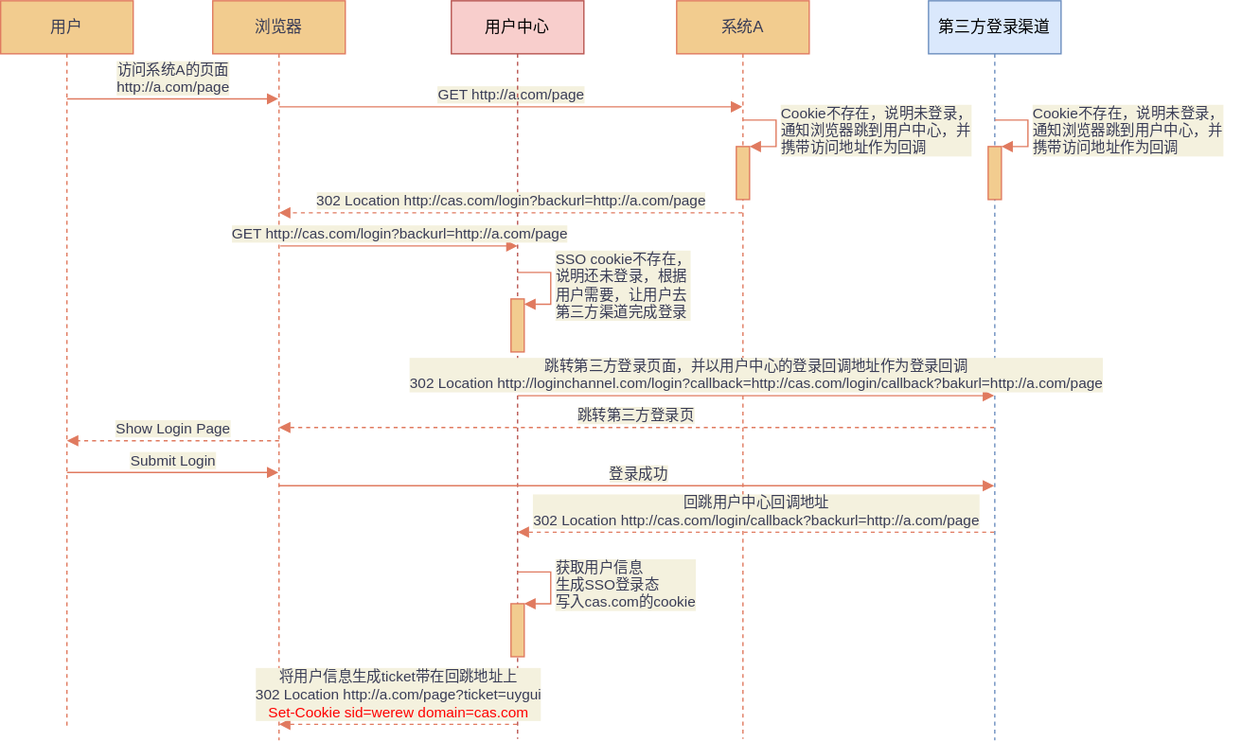
This is CAS用户登录流程.svg from liliang1213/diagram, a draw.io export, as it was before one commit. Source tidied: cells renumbered, new cells last; positions are measured from the earlier drawing's top-left corner, leaving out a move shared by most shapes.
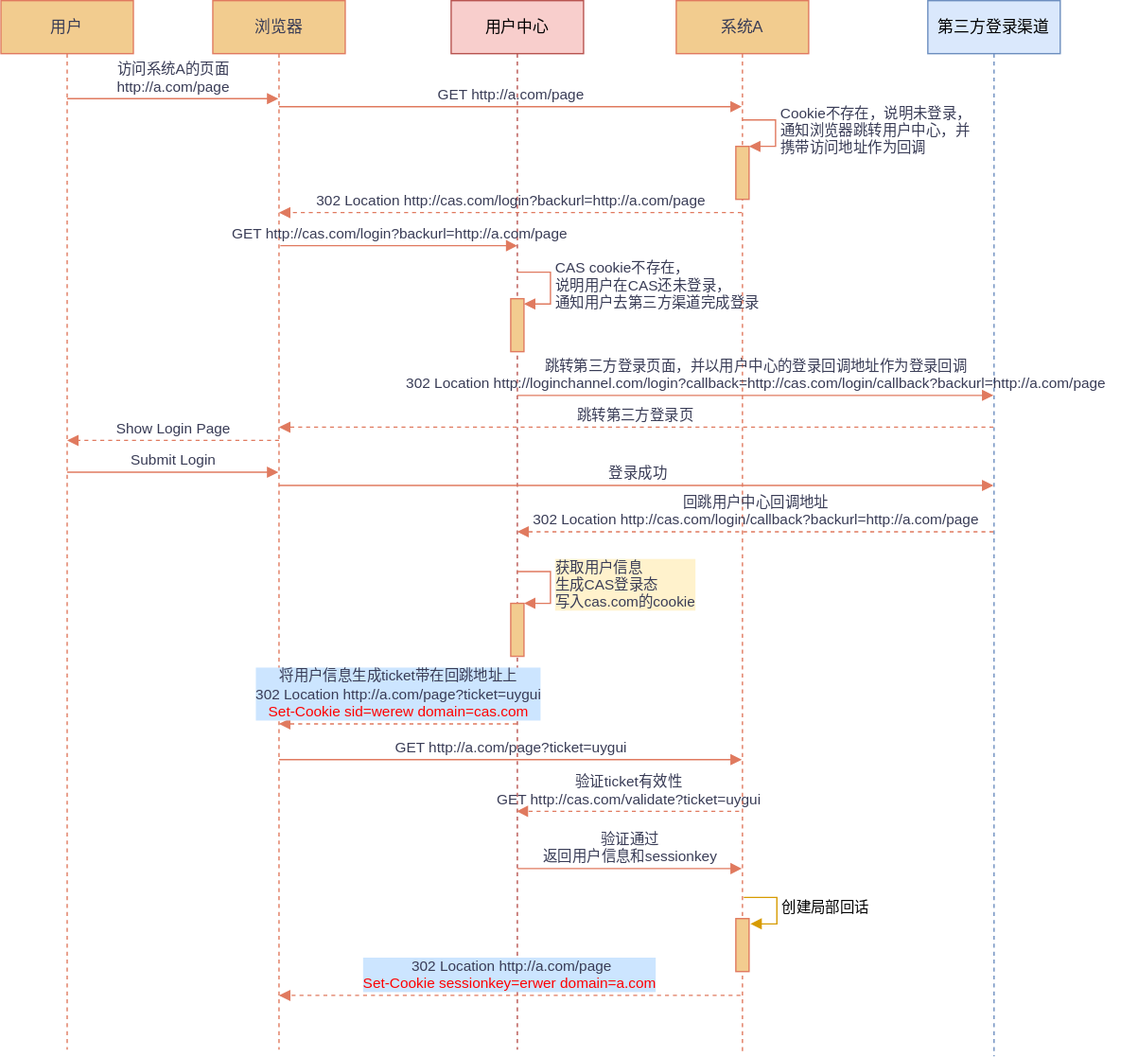
After the commit.

Commit message:
Update CAS用户登录流程.svg

The edit, as a diff of the source:
```diff
@@ -2,30 +2,30 @@
   <root>
     <mxCell id="0" />
     <mxCell id="1" parent="0" />
-    <mxCell id="2" value="用户" style="shape=umlLifeline;perimeter=lifelinePerimeter;whiteSpace=wrap;html=1;fillColor=#F2CC8F;strokeColor=#E07A5F;fontColor=#393C56;" parent="1" vertex="1">
-      <mxGeometry width="100" height="550" as="geometry" />
+    <mxCell id="2" value="用户" style="shape=umlLifeline;perimeter=lifelinePerimeter;whiteSpace=wrap;html=1;fillColor=#F2CC8F;strokeColor=#E07A5F;fontColor=#393C56;labelBackgroundColor=none;" parent="1" vertex="1">
+      <mxGeometry width="100" height="792" as="geometry" />
     </mxCell>
-    <mxCell id="3" value="访问系统A的页面&lt;br&gt;http://a.com/page" style="html=1;verticalAlign=bottom;endArrow=block;strokeColor=#E07A5F;fontColor=#393C56;labelBackgroundColor=#F4F1DE;" parent="2" edge="1">
+    <mxCell id="3" value="访问系统A的页面&lt;br&gt;http://a.com/page" style="html=1;verticalAlign=bottom;endArrow=block;strokeColor=#E07A5F;fontColor=#393C56;labelBackgroundColor=none;" parent="2" edge="1">
       <mxGeometry relative="1" as="geometry">
         <mxPoint x="50" y="74" as="sourcePoint" />
         <mxPoint x="209.5" y="74" as="targetPoint" />
       </mxGeometry>
     </mxCell>
-    <mxCell id="4" value="浏览器" style="shape=umlLifeline;perimeter=lifelinePerimeter;whiteSpace=wrap;html=1;fillColor=#F2CC8F;strokeColor=#E07A5F;fontColor=#393C56;" parent="1" vertex="1">
-      <mxGeometry x="160" width="100" height="558" as="geometry" />
+    <mxCell id="4" value="浏览器" style="shape=umlLifeline;perimeter=lifelinePerimeter;whiteSpace=wrap;html=1;fillColor=#F2CC8F;strokeColor=#E07A5F;fontColor=#393C56;labelBackgroundColor=none;" parent="1" vertex="1">
+      <mxGeometry x="160" width="100" height="792" as="geometry" />
     </mxCell>
-    <mxCell id="5" value="GET http://a.com/page" style="html=1;verticalAlign=bottom;endArrow=block;strokeColor=#E07A5F;fontColor=#393C56;labelBackgroundColor=#F4F1DE;" parent="4" edge="1" target="9">
+    <mxCell id="5" value="GET http://a.com/page" style="html=1;verticalAlign=bottom;endArrow=block;strokeColor=#E07A5F;fontColor=#393C56;labelBackgroundColor=none;" parent="4" edge="1" target="9">
       <mxGeometry relative="1" as="geometry">
         <mxPoint x="50" y="80" as="sourcePoint" />
       </mxGeometry>
     </mxCell>
-    <mxCell id="6" value="用户中心" style="shape=umlLifeline;perimeter=lifelinePerimeter;whiteSpace=wrap;html=1;outlineConnect=0;fillColor=#f8cecc;strokeColor=#b85450;" parent="1" vertex="1">
-      <mxGeometry x="340" width="100" height="557" as="geometry" />
+    <mxCell id="6" value="用户中心" style="shape=umlLifeline;perimeter=lifelinePerimeter;whiteSpace=wrap;html=1;outlineConnect=0;fillColor=#f8cecc;strokeColor=#b85450;labelBackgroundColor=none;" parent="1" vertex="1">
+      <mxGeometry x="340" width="100" height="792" as="geometry" />
     </mxCell>
-    <mxCell id="7" style="html=1;perimeter=orthogonalPerimeter;fillColor=#F2CC8F;strokeColor=#E07A5F;fontColor=#393C56;" parent="6" vertex="1">
+    <mxCell id="7" style="html=1;perimeter=orthogonalPerimeter;fillColor=#F2CC8F;strokeColor=#E07A5F;fontColor=#393C56;labelBackgroundColor=none;" parent="6" vertex="1">
       <mxGeometry x="45" y="225" width="10" height="40" as="geometry" />
     </mxCell>
-    <mxCell id="8" value="SSO cookie不存在，&lt;br&gt;说明还未登录，根据&lt;br&gt;用户需要，让用户去&lt;br&gt;第三方渠道完成登录" style="edgeStyle=orthogonalEdgeStyle;html=1;align=left;spacingLeft=2;endArrow=block;rounded=0;entryX=1;entryY=0;strokeColor=#E07A5F;fontColor=#393C56;labelBackgroundColor=#F4F1DE;" parent="6" edge="1">
+    <mxCell id="8" value="CAS cookie不存在，&lt;br&gt;说明用户在CAS还未登录，&lt;br&gt;通知用户去第三方渠道完成登录" style="edgeStyle=orthogonalEdgeStyle;html=1;align=left;spacingLeft=2;endArrow=block;rounded=0;entryX=1;entryY=0;strokeColor=#E07A5F;fontColor=#393C56;labelBackgroundColor=none;" parent="6" edge="1">
       <mxGeometry relative="1" as="geometry">
         <mxPoint x="50" y="205" as="sourcePoint" />
         <mxPoint x="55" y="229" as="targetPoint" />
@@ -34,13 +34,18 @@
         </Array>
       </mxGeometry>
     </mxCell>
+    <mxCell id="26" value="验证ticket有效性&lt;br&gt;GET http://cas.com/validate?ticket=uygui" style="html=1;verticalAlign=bottom;endArrow=block;strokeColor=#E07A5F;fontColor=#393C56;dashed=1;labelBackgroundColor=none;" parent="6" edge="1" target="6">
+      <mxGeometry relative="1" as="geometry">
+        <mxPoint x="217.5" y="612" as="sourcePoint" />
+      </mxGeometry>
+    </mxCell>
-    <mxCell id="9" value="系统A" style="shape=umlLifeline;perimeter=lifelinePerimeter;whiteSpace=wrap;html=1;outlineConnect=0;fillColor=#F2CC8F;strokeColor=#E07A5F;fontColor=#393C56;" parent="1" vertex="1">
-      <mxGeometry x="510" width="100" height="557" as="geometry" />
+    <mxCell id="9" value="系统A" style="shape=umlLifeline;perimeter=lifelinePerimeter;whiteSpace=wrap;html=1;outlineConnect=0;fillColor=#F2CC8F;strokeColor=#E07A5F;fontColor=#393C56;labelBackgroundColor=none;" parent="1" vertex="1">
+      <mxGeometry x="510" width="100" height="793" as="geometry" />
     </mxCell>
-    <mxCell id="10" style="html=1;points=[];perimeter=orthogonalPerimeter;fillColor=#F2CC8F;strokeColor=#E07A5F;fontColor=#393C56;" parent="9" vertex="1">
+    <mxCell id="10" style="html=1;points=[];perimeter=orthogonalPerimeter;fillColor=#F2CC8F;strokeColor=#E07A5F;fontColor=#393C56;labelBackgroundColor=none;" parent="9" vertex="1">
       <mxGeometry x="45" y="110" width="10" height="40" as="geometry" />
     </mxCell>
-    <mxCell id="11" value="Cookie不存在，说明未登录，&lt;br&gt;通知浏览器跳到用户中心，并&lt;br&gt;携带访问地址作为回调" style="edgeStyle=orthogonalEdgeStyle;html=1;align=left;spacingLeft=2;endArrow=block;rounded=0;entryX=1;entryY=0;strokeColor=#E07A5F;fontColor=#393C56;labelBackgroundColor=#F4F1DE;" parent="9" edge="1" target="10">
+    <mxCell id="11" value="Cookie不存在，说明未登录，&lt;br&gt;通知浏览器跳转用户中心，并&lt;br&gt;携带访问地址作为回调" style="edgeStyle=orthogonalEdgeStyle;html=1;align=left;spacingLeft=2;endArrow=block;rounded=0;entryX=1;entryY=0;strokeColor=#E07A5F;fontColor=#393C56;labelBackgroundColor=none;" parent="9" edge="1" target="10">
       <mxGeometry relative="1" as="geometry">
         <mxPoint x="50" y="90" as="sourcePoint" />
         <Array as="points">
@@ -48,71 +53,72 @@
         </Array>
       </mxGeometry>
     </mxCell>
+    <mxCell id="27" style="html=1;perimeter=orthogonalPerimeter;fillColor=#F2CC8F;strokeColor=#E07A5F;fontColor=#393C56;labelBackgroundColor=none;" parent="9" vertex="1">
+      <mxGeometry x="45" y="693" width="10" height="40" as="geometry" />
+    </mxCell>
-    <mxCell id="12" value="302 Location http://cas.com/login?backurl=http://a.com/page" style="html=1;verticalAlign=bottom;endArrow=block;strokeColor=#E07A5F;fontColor=#393C56;dashed=1;labelBackgroundColor=#F4F1DE;" parent="1" edge="1">
+    <mxCell id="12" value="302 Location http://cas.com/login?backurl=http://a.com/page" style="html=1;verticalAlign=bottom;endArrow=block;strokeColor=#E07A5F;fontColor=#393C56;dashed=1;labelBackgroundColor=none;" parent="1" edge="1">
       <mxGeometry relative="1" as="geometry">
         <mxPoint x="559.5" y="160" as="sourcePoint" />
         <mxPoint x="210" y="160" as="targetPoint" />
       </mxGeometry>
     </mxCell>
-    <mxCell id="13" value="GET http://cas.com/login?backurl=http://a.com/page" style="html=1;verticalAlign=bottom;endArrow=block;strokeColor=#E07A5F;fontColor=#393C56;labelBackgroundColor=#F4F1DE;" parent="1" edge="1">
+    <mxCell id="13" value="GET http://cas.com/login?backurl=http://a.com/page" style="html=1;verticalAlign=bottom;endArrow=block;strokeColor=#E07A5F;fontColor=#393C56;labelBackgroundColor=none;" parent="1" edge="1">
       <mxGeometry relative="1" as="geometry">
         <mxPoint x="211" y="185" as="sourcePoint" />
         <mxPoint x="390" y="185" as="targetPoint" />
       </mxGeometry>
     </mxCell>
-    <mxCell id="14" value="Submit Login" style="html=1;verticalAlign=bottom;endArrow=block;strokeColor=#E07A5F;fontColor=#393C56;labelBackgroundColor=#F4F1DE;" parent="1" edge="1">
+    <mxCell id="14" value="Submit Login" style="html=1;verticalAlign=bottom;endArrow=block;strokeColor=#E07A5F;fontColor=#393C56;labelBackgroundColor=none;" parent="1" edge="1">
       <mxGeometry relative="1" as="geometry">
         <mxPoint x="50" y="356" as="sourcePoint" />
         <mxPoint x="209.5" y="356" as="targetPoint" />
       </mxGeometry>
     </mxCell>
-    <mxCell id="15" value="第三方登录渠道" style="shape=umlLifeline;perimeter=lifelinePerimeter;whiteSpace=wrap;html=1;outlineConnect=0;fillColor=#dae8fc;strokeColor=#6c8ebf;" parent="1" vertex="1">
-      <mxGeometry x="700" width="100" height="558" as="geometry" />
+    <mxCell id="15" value="第三方登录渠道" style="shape=umlLifeline;perimeter=lifelinePerimeter;whiteSpace=wrap;html=1;outlineConnect=0;fillColor=#dae8fc;strokeColor=#6c8ebf;labelBackgroundColor=none;" parent="1" vertex="1">
+      <mxGeometry x="700" width="100" height="797" as="geometry" />
     </mxCell>
-    <mxCell id="16" style="html=1;points=[];perimeter=orthogonalPerimeter;fillColor=#F2CC8F;strokeColor=#E07A5F;fontColor=#393C56;" parent="15" vertex="1">
-      <mxGeometry x="45" y="110" width="10" height="40" as="geometry" />
-    </mxCell>
-    <mxCell id="17" value="Cookie不存在，说明未登录，&lt;br&gt;通知浏览器跳到用户中心，并&lt;br&gt;携带访问地址作为回调" style="edgeStyle=orthogonalEdgeStyle;html=1;align=left;spacingLeft=2;endArrow=block;rounded=0;entryX=1;entryY=0;strokeColor=#E07A5F;fontColor=#393C56;labelBackgroundColor=#F4F1DE;" parent="15" edge="1" target="16">
-      <mxGeometry relative="1" as="geometry">
-        <mxPoint x="50" y="90" as="sourcePoint" />
-        <Array as="points">
-          <mxPoint x="75" y="90" />
-        </Array>
-      </mxGeometry>
-    </mxCell>
+    <mxCell id="28" value="创建局部回话" style="edgeStyle=orthogonalEdgeStyle;html=1;align=left;spacingLeft=2;endArrow=block;rounded=0;entryX=1;entryY=0;labelBackgroundColor=none;fillColor=#ffe6cc;strokeColor=#d79b00;" parent="15" edge="1">
+      <mxGeometry relative="1" as="geometry">
+        <mxPoint x="-139" y="677" as="sourcePoint" />
+        <mxPoint x="-134" y="697" as="targetPoint" />
+        <Array as="points">
+          <mxPoint x="-114" y="677" />
+        </Array>
+      </mxGeometry>
+    </mxCell>
-    <mxCell id="18" value="跳转第三方登录页面，并以用户中心的登录回调地址作为登录回调&lt;br&gt;302 Location http://loginchannel.com/login?callback=http://cas.com/login/callback?bakurl=http://a.com/page" style="html=1;verticalAlign=bottom;endArrow=block;strokeColor=#E07A5F;fontColor=#393C56;labelBackgroundColor=#F4F1DE;" parent="1" edge="1">
+    <mxCell id="18" value="跳转第三方登录页面，并以用户中心的登录回调地址作为登录回调&lt;br&gt;302 Location http://loginchannel.com/login?callback=http://cas.com/login/callback?backurl=http://a.com/page" style="html=1;verticalAlign=bottom;endArrow=block;strokeColor=#E07A5F;fontColor=#393C56;labelBackgroundColor=none;" parent="1" edge="1">
       <mxGeometry relative="1" as="geometry">
         <mxPoint x="390" y="298" as="sourcePoint" />
         <mxPoint x="749.5" y="298" as="targetPoint" />
       </mxGeometry>
     </mxCell>
-    <mxCell id="19" value="跳转第三方登录页" style="html=1;verticalAlign=bottom;endArrow=block;strokeColor=#E07A5F;fontColor=#393C56;dashed=1;labelBackgroundColor=#F4F1DE;" parent="1" edge="1">
+    <mxCell id="19" value="跳转第三方登录页" style="html=1;verticalAlign=bottom;endArrow=block;strokeColor=#E07A5F;fontColor=#393C56;dashed=1;labelBackgroundColor=none;" parent="1" edge="1">
       <mxGeometry relative="1" as="geometry">
         <mxPoint x="749.5" y="322" as="sourcePoint" />
         <mxPoint x="210" y="322" as="targetPoint" />
       </mxGeometry>
     </mxCell>
-    <mxCell id="20" value="Show Login Page" style="html=1;verticalAlign=bottom;endArrow=block;strokeColor=#E07A5F;fontColor=#393C56;dashed=1;labelBackgroundColor=#F4F1DE;" parent="1" edge="1">
+    <mxCell id="20" value="Show Login Page" style="html=1;verticalAlign=bottom;endArrow=block;strokeColor=#E07A5F;fontColor=#393C56;dashed=1;labelBackgroundColor=none;" parent="1" edge="1">
       <mxGeometry relative="1" as="geometry">
         <mxPoint x="210" y="332" as="sourcePoint" />
         <mxPoint x="50" y="332" as="targetPoint" />
       </mxGeometry>
     </mxCell>
-    <mxCell id="21" value="登录成功" style="html=1;verticalAlign=bottom;endArrow=block;strokeColor=#E07A5F;fontColor=#393C56;labelBackgroundColor=#F4F1DE;" parent="1" edge="1" target="15">
+    <mxCell id="21" value="登录成功" style="html=1;verticalAlign=bottom;endArrow=block;strokeColor=#E07A5F;fontColor=#393C56;labelBackgroundColor=none;" parent="1" edge="1" target="15">
       <mxGeometry relative="1" as="geometry">
         <mxPoint x="210" y="366" as="sourcePoint" />
       </mxGeometry>
     </mxCell>
-    <mxCell id="22" value="回跳用户中心回调地址&lt;br&gt;302 Location http://cas.com/login/callback?backurl=http://a.com/page" style="html=1;verticalAlign=bottom;endArrow=block;strokeColor=#E07A5F;fontColor=#393C56;dashed=1;labelBackgroundColor=#F4F1DE;" parent="1" edge="1">
+    <mxCell id="22" value="回跳用户中心回调地址&lt;br&gt;302 Location http://cas.com/login/callback?backurl=http://a.com/page" style="html=1;verticalAlign=bottom;endArrow=block;strokeColor=#E07A5F;fontColor=#393C56;dashed=1;labelBackgroundColor=none;" parent="1" edge="1">
       <mxGeometry relative="1" as="geometry">
         <mxPoint x="749.5" y="401" as="sourcePoint" />
         <mxPoint x="390" y="401" as="targetPoint" />
       </mxGeometry>
     </mxCell>
-    <mxCell id="23" style="html=1;points=[];perimeter=orthogonalPerimeter;fillColor=#F2CC8F;strokeColor=#E07A5F;fontColor=#393C56;" parent="1" vertex="1">
+    <mxCell id="23" style="html=1;points=[];perimeter=orthogonalPerimeter;fillColor=#F2CC8F;strokeColor=#E07A5F;fontColor=#393C56;labelBackgroundColor=none;" parent="1" vertex="1">
       <mxGeometry x="385" y="455" width="10" height="40" as="geometry" />
     </mxCell>
-    <mxCell id="24" value="获取用户信息&lt;br&gt;生成SSO登录态&lt;br&gt;写入cas.com的cookie" style="edgeStyle=orthogonalEdgeStyle;html=1;align=left;spacingLeft=2;endArrow=block;rounded=0;entryX=1;entryY=0;strokeColor=#E07A5F;fontColor=#393C56;labelBackgroundColor=#F4F1DE;" parent="1" edge="1" target="23">
+    <mxCell id="24" value="获取用户信息&lt;br&gt;生成CAS登录态&lt;br&gt;写入cas.com的cookie" style="edgeStyle=orthogonalEdgeStyle;html=1;align=left;spacingLeft=2;endArrow=block;rounded=0;entryX=1;entryY=0;strokeColor=#E07A5F;fontColor=#393C56;labelBackgroundColor=#FFF2CC;" parent="1" edge="1" target="23">
       <mxGeometry relative="1" as="geometry">
         <mxPoint x="390" y="431" as="sourcePoint" />
         <Array as="points">
@@ -120,11 +126,29 @@
         </Array>
       </mxGeometry>
     </mxCell>
-    <mxCell id="25" value="将用户信息生成ticket带在回跳地址上&lt;br&gt;302 Location http://a.com/page?ticket=uygui&lt;br&gt;&lt;font color=&quot;#ff0000&quot;&gt;Set-Cookie sid=werew domain=cas.com&lt;/font&gt;" style="html=1;verticalAlign=bottom;endArrow=block;strokeColor=#E07A5F;fontColor=#393C56;dashed=1;labelBackgroundColor=#F4F1DE;" parent="1" edge="1">
+    <mxCell id="25" value="将用户信息生成ticket带在回跳地址上&lt;br&gt;302 Location http://a.com/page?ticket=uygui&lt;br&gt;&lt;font color=&quot;#ff0000&quot;&gt;Set-Cookie sid=werew domain=cas.com&lt;/font&gt;" style="html=1;verticalAlign=bottom;endArrow=block;strokeColor=#E07A5F;fontColor=#393C56;dashed=1;labelBackgroundColor=#CCE5FF;" parent="1" edge="1">
       <mxGeometry relative="1" as="geometry">
         <mxPoint x="389.5" y="546" as="sourcePoint" />
         <mxPoint x="210" y="546" as="targetPoint" />
       </mxGeometry>
     </mxCell>
+    <mxCell id="29" value="GET http://a.com/page?ticket=uygui" style="html=1;verticalAlign=bottom;endArrow=block;strokeColor=#E07A5F;fontColor=#393C56;labelBackgroundColor=none;" parent="1" edge="1">
+      <mxGeometry relative="1" as="geometry">
+        <mxPoint x="210" y="573" as="sourcePoint" />
+        <mxPoint x="559.5" y="573" as="targetPoint" />
+      </mxGeometry>
+    </mxCell>
+    <mxCell id="30" value="验证通过&lt;br&gt;返回用户信息和sessionkey" style="html=1;verticalAlign=bottom;endArrow=block;strokeColor=#E07A5F;fontColor=#393C56;labelBackgroundColor=none;exitX=0.5;exitY=0.859;exitDx=0;exitDy=0;exitPerimeter=0;" parent="1" edge="1">
+      <mxGeometry relative="1" as="geometry">
+        <mxPoint x="390" y="655.3" as="sourcePoint" />
+        <mxPoint x="559.5" y="655.3" as="targetPoint" />
+      </mxGeometry>
+    </mxCell>
+    <mxCell id="31" value="&amp;nbsp;302 Location http://a.com/page&lt;br&gt;&lt;font color=&quot;#ff0000&quot;&gt;Set-Cookie sessionkey=erwer domain=a.com&lt;/font&gt;" style="html=1;verticalAlign=bottom;endArrow=block;strokeColor=#E07A5F;fontColor=#393C56;dashed=1;labelBackgroundColor=#CCE5FF;" parent="1" edge="1">
+      <mxGeometry relative="1" as="geometry">
+        <mxPoint x="558.5" y="751" as="sourcePoint" />
+        <mxPoint x="210" y="751" as="targetPoint" />
+      </mxGeometry>
+    </mxCell>
   </root>
 </mxGraphModel>
```
